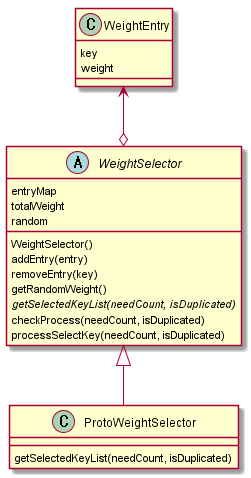
windowforsun/blog keeps this PlantUML diagram as img/algorithm/practice_randomweightselector_1.png. Above is the earlier version. Its diagram source:
```plantuml
@startuml

class WeightEntry{
	key
	weight
}

abstract class WeightSelector {
	entryMap
	totalWeight
	random
	WeightSelector()
	addEntry(entry)
	removeEntry(key)
	getRandomWeight()
	{abstract} getSelectedKeyList(needCount, isDuplicated)
	checkProcess(needCount, isDuplicated)
	processSelectKey(needCount, isDuplicated)
}

class ProtoWeightSelector {
	getSelectedKeyList(needCount, isDuplicated)
}

WeightSelector <|-- ProtoWeightSelector
WeightEntry <--o WeightSelector

@enduml
```
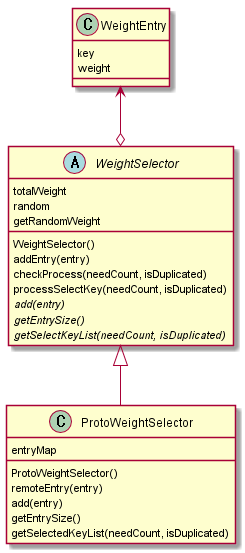
After the commit.

The edit, as a diff of the source:
```diff
@@ -6,19 +6,24 @@
 }
 
 abstract class WeightSelector {
-	entryMap
 	totalWeight
 	random
 	WeightSelector()
 	addEntry(entry)
-	removeEntry(key)
-	getRandomWeight()
-	{abstract} getSelectedKeyList(needCount, isDuplicated)
+	getRandomWeight
 	checkProcess(needCount, isDuplicated)
 	processSelectKey(needCount, isDuplicated)
+	{abstract} add(entry)
+	{abstract} getEntrySize()
+	{abstract} getSelectKeyList(needCount, isDuplicated)
 }
 
 class ProtoWeightSelector {
+	entryMap
+	ProtoWeightSelector()
+	remoteEntry(entry)
+	add(entry)
+	getEntrySize()
 	getSelectedKeyList(needCount, isDuplicated)
 }
 
```
